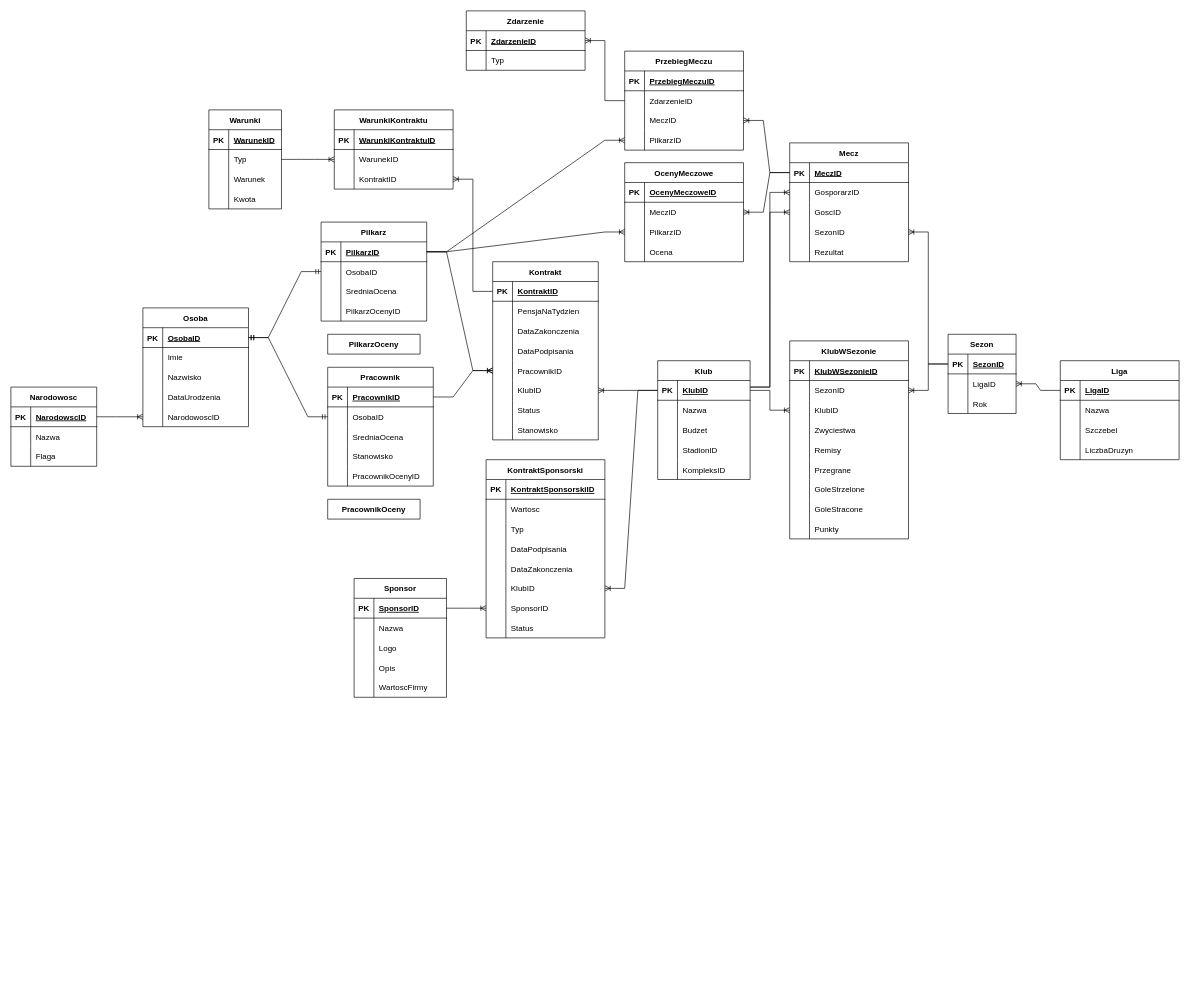
This is Diagram bez tytułu.drawio from jraczynski1409/Kartofliska-Manager-2023, a draw.io file, before an edit. Source tidied: cells renumbered, new cells numbered last; positions are measured from the earlier drawing's top-left corner, leaving out a move shared by most shapes. Both pictures are drawn from the tidied source at 66%, with x=0, y=0 at pixel (11, 11).
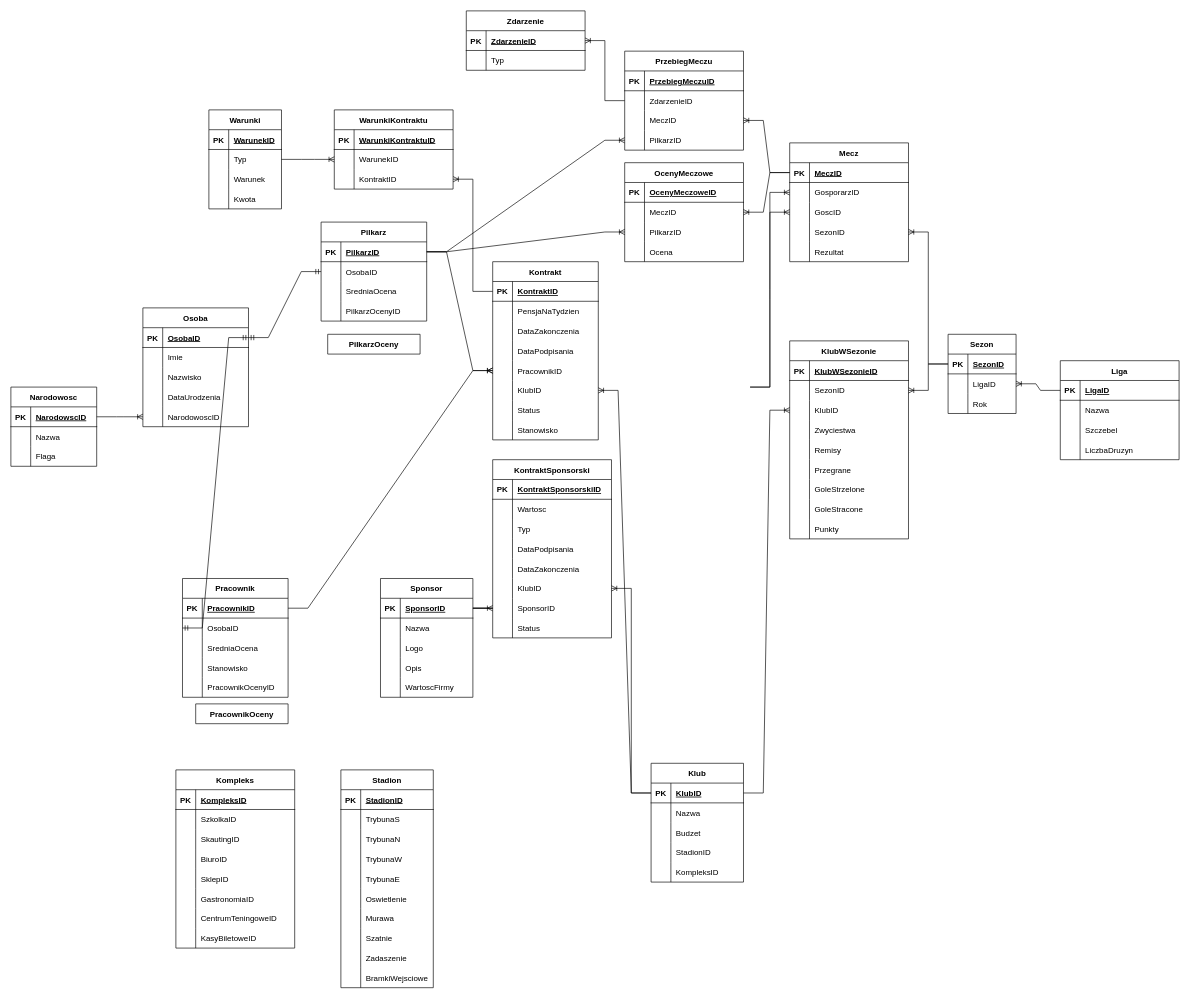
After the change.

Diff of the diagram source:
```diff
@@
     <mxCell id="2" value="Klub" style="shape=table;startSize=30;childLayout=tableLayout;rowLines=0;fontStyle=1;align=center;" parent="1" vertex="1">
-      <mxGeometry x="980" y="530" width="140" height="180" as="geometry" />
+      <mxGeometry x="970" y="1140" width="140" height="180" as="geometry" />
     </mxCell>
@@
     <mxCell id="60" value="Pracownik" style="shape=table;startSize=30;childLayout=tableLayout;rowLines=0;fontStyle=1;align=center;rounded=0;fillColor=none;" parent="1" vertex="1">
-      <mxGeometry x="480" y="540" width="160" height="180" as="geometry" />
+      <mxGeometry x="260" y="860" width="160" height="180" as="geometry" />
     </mxCell>
@@
     <mxCell id="130" value="KontraktSponsorski" style="shape=table;startSize=30;childLayout=tableLayout;rowLines=0;fontStyle=1;align=center;rounded=0;fillColor=none;" parent="1" vertex="1">
-      <mxGeometry x="720" y="680" width="180" height="270" as="geometry" />
+      <mxGeometry x="730" y="680" width="180" height="270" as="geometry" />
     </mxCell>
@@
     <mxCell id="155" value="Sponsor" style="shape=table;startSize=30;childLayout=tableLayout;rowLines=0;fontStyle=1;align=center;rounded=0;fillColor=none;" parent="1" vertex="1">
-      <mxGeometry x="520" y="860" width="140" height="180" as="geometry" />
+      <mxGeometry x="560" y="860" width="140" height="180" as="geometry" />
     </mxCell>
@@
     <mxCell id="243" value="PracownikOceny" style="shape=table;startSize=30;childLayout=tableLayout;rowLines=0;fontStyle=1;align=center;" parent="1" vertex="1" collapsed="1">
-      <mxGeometry x="480" y="740" width="140" height="30" as="geometry" />
+      <mxGeometry x="280" y="1050" width="140" height="30" as="geometry" />
     </mxCell>
@@
+    <mxCell id="285" value="Kompleks" style="shape=table;startSize=30;childLayout=tableLayout;rowLines=0;fontStyle=1;align=center;" parent="1" vertex="1">
+      <mxGeometry x="250" y="1150" width="180" height="270" as="geometry" />
+    </mxCell>
+    <mxCell id="286" style="shape=tableRow;horizontal=0;startSize=0;swimlaneHead=0;swimlaneBody=0;fillColor=none;top=0;left=0;right=0;bottom=1;" parent="285" vertex="1">
+      <mxGeometry y="30" width="180" height="30" as="geometry" />
+    </mxCell>
+    <mxCell id="287" value="PK" style="shape=partialRectangle;fillColor=none;top=0;left=0;bottom=0;right=0;fontStyle=1;overflow=hidden;" parent="286" vertex="1">
+      <mxGeometry width="30" height="30" as="geometry" />
+    </mxCell>
+    <mxCell id="288" value="KompleksID" style="shape=partialRectangle;fillColor=none;top=0;left=0;bottom=0;right=0;align=left;spacingLeft=6;fontStyle=5;overflow=hidden;" parent="286" vertex="1">
+      <mxGeometry x="30" width="150" height="30" as="geometry" />
+    </mxCell>
+    <mxCell id="289" style="shape=tableRow;horizontal=0;startSize=0;swimlaneHead=0;swimlaneBody=0;fillColor=none;top=0;left=0;right=0;bottom=0;" parent="285" vertex="1">
+      <mxGeometry y="60" width="180" height="30" as="geometry" />
+    </mxCell>
+    <mxCell id="290" style="shape=partialRectangle;fillColor=none;top=0;left=0;bottom=0;right=0;overflow=hidden;" parent="289" vertex="1">
+      <mxGeometry width="30" height="30" as="geometry" />
+    </mxCell>
+    <mxCell id="291" value="SzkolkaID" style="shape=partialRectangle;fillColor=none;top=0;left=0;bottom=0;right=0;align=left;spacingLeft=6;overflow=hidden;" parent="289" vertex="1">
+      <mxGeometry x="30" width="150" height="30" as="geometry" />
+    </mxCell>
+    <mxCell id="292" style="shape=tableRow;horizontal=0;startSize=0;swimlaneHead=0;swimlaneBody=0;fillColor=none;top=0;left=0;right=0;bottom=0;" parent="285" vertex="1">
+      <mxGeometry y="90" width="180" height="30" as="geometry" />
+    </mxCell>
+    <mxCell id="293" style="shape=partialRectangle;fillColor=none;top=0;left=0;bottom=0;right=0;overflow=hidden;" parent="292" vertex="1">
+      <mxGeometry width="30" height="30" as="geometry" />
+    </mxCell>
+    <mxCell id="294" value="SkautingID" style="shape=partialRectangle;fillColor=none;top=0;left=0;bottom=0;right=0;align=left;spacingLeft=6;overflow=hidden;" parent="292" vertex="1">
+      <mxGeometry x="30" width="150" height="30" as="geometry" />
+    </mxCell>
+    <mxCell id="295" style="shape=tableRow;horizontal=0;startSize=0;swimlaneHead=0;swimlaneBody=0;fillColor=none;top=0;left=0;right=0;bottom=0;" parent="285" vertex="1">
+      <mxGeometry y="120" width="180" height="30" as="geometry" />
+    </mxCell>
+    <mxCell id="296" style="shape=partialRectangle;fillColor=none;top=0;left=0;bottom=0;right=0;overflow=hidden;" parent="295" vertex="1">
+      <mxGeometry width="30" height="30" as="geometry" />
+    </mxCell>
+    <mxCell id="297" value="BiuroID" style="shape=partialRectangle;fillColor=none;top=0;left=0;bottom=0;right=0;align=left;spacingLeft=6;overflow=hidden;" parent="295" vertex="1">
+      <mxGeometry x="30" width="150" height="30" as="geometry" />
+    </mxCell>
+    <mxCell id="298" style="shape=tableRow;horizontal=0;startSize=0;swimlaneHead=0;swimlaneBody=0;fillColor=none;top=0;left=0;right=0;bottom=0;" parent="285" vertex="1">
+      <mxGeometry y="150" width="180" height="30" as="geometry" />
+    </mxCell>
+    <mxCell id="299" style="shape=partialRectangle;fillColor=none;top=0;left=0;bottom=0;right=0;overflow=hidden;" parent="298" vertex="1">
+      <mxGeometry width="30" height="30" as="geometry" />
+    </mxCell>
+    <mxCell id="300" value="SklepID" style="shape=partialRectangle;fillColor=none;top=0;left=0;bottom=0;right=0;align=left;spacingLeft=6;overflow=hidden;" parent="298" vertex="1">
+      <mxGeometry x="30" width="150" height="30" as="geometry" />
+    </mxCell>
+    <mxCell id="301" style="shape=tableRow;horizontal=0;startSize=0;swimlaneHead=0;swimlaneBody=0;fillColor=none;top=0;left=0;right=0;bottom=0;" parent="285" vertex="1">
+      <mxGeometry y="180" width="180" height="30" as="geometry" />
+    </mxCell>
+    <mxCell id="302" style="shape=partialRectangle;fillColor=none;top=0;left=0;bottom=0;right=0;overflow=hidden;" parent="301" vertex="1">
+      <mxGeometry width="30" height="30" as="geometry" />
+    </mxCell>
+    <mxCell id="303" value="GastronomiaID" style="shape=partialRectangle;fillColor=none;top=0;left=0;bottom=0;right=0;align=left;spacingLeft=6;overflow=hidden;" parent="301" vertex="1">
+      <mxGeometry x="30" width="150" height="30" as="geometry" />
+    </mxCell>
+    <mxCell id="304" style="shape=tableRow;horizontal=0;startSize=0;swimlaneHead=0;swimlaneBody=0;fillColor=none;top=0;left=0;right=0;bottom=0;" parent="285" vertex="1">
+      <mxGeometry y="210" width="180" height="30" as="geometry" />
+    </mxCell>
+    <mxCell id="305" style="shape=partialRectangle;fillColor=none;top=0;left=0;bottom=0;right=0;overflow=hidden;" parent="304" vertex="1">
+      <mxGeometry width="30" height="30" as="geometry" />
+    </mxCell>
+    <mxCell id="306" value="CentrumTeningoweID" style="shape=partialRectangle;fillColor=none;top=0;left=0;bottom=0;right=0;align=left;spacingLeft=6;overflow=hidden;" parent="304" vertex="1">
+      <mxGeometry x="30" width="150" height="30" as="geometry" />
+    </mxCell>
+    <mxCell id="307" style="shape=tableRow;horizontal=0;startSize=0;swimlaneHead=0;swimlaneBody=0;fillColor=none;top=0;left=0;right=0;bottom=0;" parent="285" vertex="1">
+      <mxGeometry y="240" width="180" height="30" as="geometry" />
+    </mxCell>
+    <mxCell id="308" style="shape=partialRectangle;fillColor=none;top=0;left=0;bottom=0;right=0;overflow=hidden;" parent="307" vertex="1">
+      <mxGeometry width="30" height="30" as="geometry" />
+    </mxCell>
+    <mxCell id="309" value="KasyBiletoweID" style="shape=partialRectangle;fillColor=none;top=0;left=0;bottom=0;right=0;align=left;spacingLeft=6;overflow=hidden;" parent="307" vertex="1">
+      <mxGeometry x="30" width="150" height="30" as="geometry" />
+    </mxCell>
+    <mxCell id="310" value="Stadion" style="shape=table;startSize=30;childLayout=tableLayout;rowLines=0;fontStyle=1;align=center;" parent="1" vertex="1">
+      <mxGeometry x="500" y="1150" width="140" height="330" as="geometry" />
+    </mxCell>
+    <mxCell id="311" style="shape=tableRow;horizontal=0;startSize=0;swimlaneHead=0;swimlaneBody=0;fillColor=none;top=0;left=0;right=0;bottom=1;" parent="310" vertex="1">
+      <mxGeometry y="30" width="140" height="30" as="geometry" />
+    </mxCell>
+    <mxCell id="312" value="PK" style="shape=partialRectangle;fillColor=none;top=0;left=0;bottom=0;right=0;fontStyle=1;overflow=hidden;" parent="311" vertex="1">
+      <mxGeometry width="30" height="30" as="geometry" />
+    </mxCell>
+    <mxCell id="313" value="StadionID" style="shape=partialRectangle;fillColor=none;top=0;left=0;bottom=0;right=0;align=left;spacingLeft=6;fontStyle=5;overflow=hidden;" parent="311" vertex="1">
+      <mxGeometry x="30" width="110" height="30" as="geometry" />
+    </mxCell>
+    <mxCell id="314" style="shape=tableRow;horizontal=0;startSize=0;swimlaneHead=0;swimlaneBody=0;fillColor=none;top=0;left=0;right=0;bottom=0;" parent="310" vertex="1">
+      <mxGeometry y="60" width="140" height="30" as="geometry" />
+    </mxCell>
+    <mxCell id="315" style="shape=partialRectangle;fillColor=none;top=0;left=0;bottom=0;right=0;overflow=hidden;" parent="314" vertex="1">
+      <mxGeometry width="30" height="30" as="geometry" />
+    </mxCell>
+    <mxCell id="316" value="TrybunaS" style="shape=partialRectangle;fillColor=none;top=0;left=0;bottom=0;right=0;align=left;spacingLeft=6;overflow=hidden;" parent="314" vertex="1">
+      <mxGeometry x="30" width="110" height="30" as="geometry" />
+    </mxCell>
+    <mxCell id="317" style="shape=tableRow;horizontal=0;startSize=0;swimlaneHead=0;swimlaneBody=0;fillColor=none;top=0;left=0;right=0;bottom=0;" parent="310" vertex="1">
+      <mxGeometry y="90" width="140" height="30" as="geometry" />
+    </mxCell>
+    <mxCell id="318" style="shape=partialRectangle;fillColor=none;top=0;left=0;bottom=0;right=0;overflow=hidden;" parent="317" vertex="1">
+      <mxGeometry width="30" height="30" as="geometry" />
+    </mxCell>
+    <mxCell id="319" value="TrybunaN" style="shape=partialRectangle;fillColor=none;top=0;left=0;bottom=0;right=0;align=left;spacingLeft=6;overflow=hidden;" parent="317" vertex="1">
+      <mxGeometry x="30" width="110" height="30" as="geometry" />
+    </mxCell>
+    <mxCell id="320" style="shape=tableRow;horizontal=0;startSize=0;swimlaneHead=0;swimlaneBody=0;fillColor=none;top=0;left=0;right=0;bottom=0;" parent="310" vertex="1">
+      <mxGeometry y="120" width="140" height="30" as="geometry" />
+    </mxCell>
+    <mxCell id="321" style="shape=partialRectangle;fillColor=none;top=0;left=0;bottom=0;right=0;overflow=hidden;" parent="320" vertex="1">
+      <mxGeometry width="30" height="30" as="geometry" />
+    </mxCell>
+    <mxCell id="322" value="TrybunaW" style="shape=partialRectangle;fillColor=none;top=0;left=0;bottom=0;right=0;align=left;spacingLeft=6;overflow=hidden;" parent="320" vertex="1">
+      <mxGeometry x="30" width="110" height="30" as="geometry" />
+    </mxCell>
+    <mxCell id="323" style="shape=tableRow;horizontal=0;startSize=0;swimlaneHead=0;swimlaneBody=0;fillColor=none;top=0;left=0;right=0;bottom=0;" parent="310" vertex="1">
+      <mxGeometry y="150" width="140" height="30" as="geometry" />
+    </mxCell>
+    <mxCell id="324" style="shape=partialRectangle;fillColor=none;top=0;left=0;bottom=0;right=0;overflow=hidden;" parent="323" vertex="1">
+      <mxGeometry width="30" height="30" as="geometry" />
+    </mxCell>
+    <mxCell id="325" value="TrybunaE" style="shape=partialRectangle;fillColor=none;top=0;left=0;bottom=0;right=0;align=left;spacingLeft=6;overflow=hidden;" parent="323" vertex="1">
+      <mxGeometry x="30" width="110" height="30" as="geometry" />
+    </mxCell>
+    <mxCell id="326" style="shape=tableRow;horizontal=0;startSize=0;swimlaneHead=0;swimlaneBody=0;fillColor=none;top=0;left=0;right=0;bottom=0;" parent="310" vertex="1">
+      <mxGeometry y="180" width="140" height="30" as="geometry" />
+    </mxCell>
+    <mxCell id="327" style="shape=partialRectangle;fillColor=none;top=0;left=0;bottom=0;right=0;overflow=hidden;" parent="326" vertex="1">
+      <mxGeometry width="30" height="30" as="geometry" />
+    </mxCell>
+    <mxCell id="328" value="Oswietlenie" style="shape=partialRectangle;fillColor=none;top=0;left=0;bottom=0;right=0;align=left;spacingLeft=6;overflow=hidden;" parent="326" vertex="1">
+      <mxGeometry x="30" width="110" height="30" as="geometry" />
+    </mxCell>
+    <mxCell id="329" style="shape=tableRow;horizontal=0;startSize=0;swimlaneHead=0;swimlaneBody=0;fillColor=none;top=0;left=0;right=0;bottom=0;" parent="310" vertex="1">
+      <mxGeometry y="210" width="140" height="30" as="geometry" />
+    </mxCell>
+    <mxCell id="330" style="shape=partialRectangle;fillColor=none;top=0;left=0;bottom=0;right=0;overflow=hidden;" parent="329" vertex="1">
+      <mxGeometry width="30" height="30" as="geometry" />
+    </mxCell>
+    <mxCell id="331" value="Murawa" style="shape=partialRectangle;fillColor=none;top=0;left=0;bottom=0;right=0;align=left;spacingLeft=6;overflow=hidden;" parent="329" vertex="1">
+      <mxGeometry x="30" width="110" height="30" as="geometry" />
+    </mxCell>
+    <mxCell id="332" style="shape=tableRow;horizontal=0;startSize=0;swimlaneHead=0;swimlaneBody=0;fillColor=none;top=0;left=0;right=0;bottom=0;" parent="310" vertex="1">
+      <mxGeometry y="240" width="140" height="30" as="geometry" />
+    </mxCell>
+    <mxCell id="333" style="shape=partialRectangle;fillColor=none;top=0;left=0;bottom=0;right=0;overflow=hidden;" parent="332" vertex="1">
+      <mxGeometry width="30" height="30" as="geometry" />
+    </mxCell>
+    <mxCell id="334" value="Szatnie" style="shape=partialRectangle;fillColor=none;top=0;left=0;bottom=0;right=0;align=left;spacingLeft=6;overflow=hidden;" parent="332" vertex="1">
+      <mxGeometry x="30" width="110" height="30" as="geometry" />
+    </mxCell>
+    <mxCell id="335" style="shape=tableRow;horizontal=0;startSize=0;swimlaneHead=0;swimlaneBody=0;fillColor=none;top=0;left=0;right=0;bottom=0;" parent="310" vertex="1">
+      <mxGeometry y="270" width="140" height="30" as="geometry" />
+    </mxCell>
+    <mxCell id="336" style="shape=partialRectangle;fillColor=none;top=0;left=0;bottom=0;right=0;overflow=hidden;" parent="335" vertex="1">
+      <mxGeometry width="30" height="30" as="geometry" />
+    </mxCell>
+    <mxCell id="337" value="Zadaszenie" style="shape=partialRectangle;fillColor=none;top=0;left=0;bottom=0;right=0;align=left;spacingLeft=6;overflow=hidden;" parent="335" vertex="1">
+      <mxGeometry x="30" width="110" height="30" as="geometry" />
+    </mxCell>
+    <mxCell id="338" style="shape=tableRow;horizontal=0;startSize=0;swimlaneHead=0;swimlaneBody=0;fillColor=none;top=0;left=0;right=0;bottom=0;" parent="310" vertex="1">
+      <mxGeometry y="300" width="140" height="30" as="geometry" />
+    </mxCell>
+    <mxCell id="339" style="shape=partialRectangle;fillColor=none;top=0;left=0;bottom=0;right=0;overflow=hidden;" parent="338" vertex="1">
+      <mxGeometry width="30" height="30" as="geometry" />
+    </mxCell>
+    <mxCell id="340" value="BramkiWejsciowe" style="shape=partialRectangle;fillColor=none;top=0;left=0;bottom=0;right=0;align=left;spacingLeft=6;overflow=hidden;" parent="338" vertex="1">
+      <mxGeometry x="30" width="110" height="30" as="geometry" />
+    </mxCell>
```
